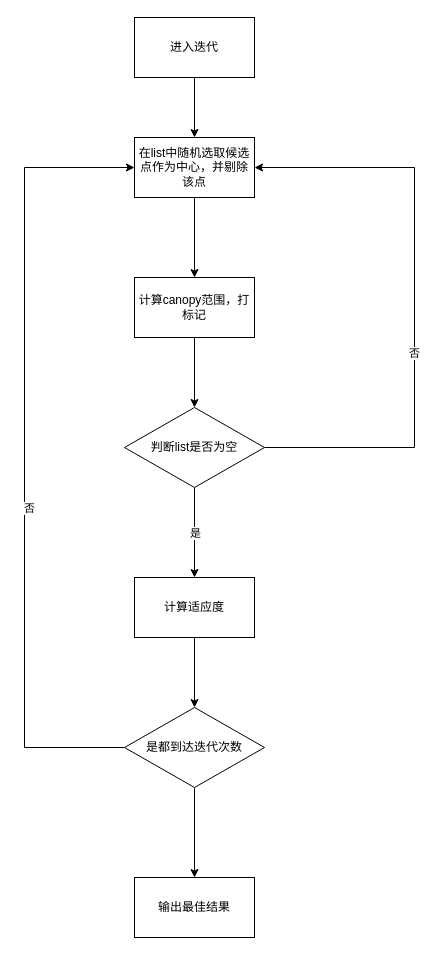
This is Canopy图例.drawio from AGUANX/draw, a draw.io file, before an edit. Source tidied: cells renumbered, new cells numbered last; positions are measured from the earlier drawing's top-left corner, leaving out a move shared by most shapes. Both pictures are drawn from the tidied source at 100%, with x=0, y=0 at pixel (24, 17).
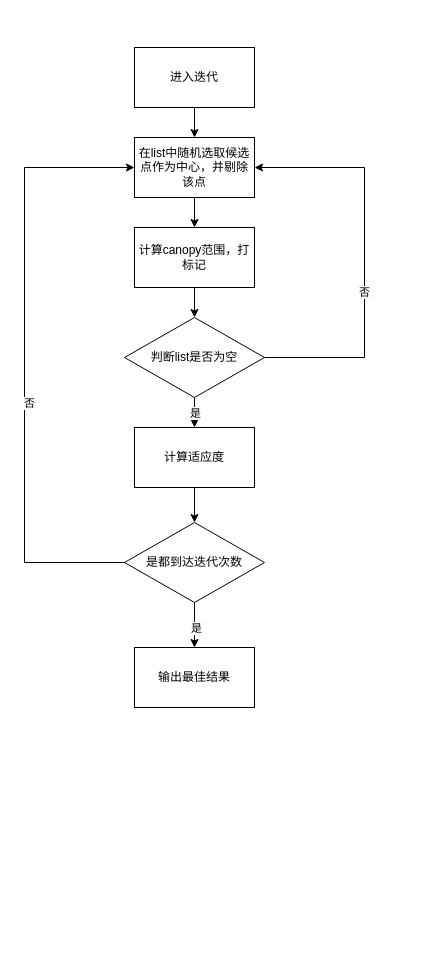
The same diagram, later.

The change refers to these unchanged cells:
```xml
<mxCell id="3" value="在list中随机选取候选点作为中心，并剔除该点" style="rounded=0;whiteSpace=wrap;html=1;" parent="1" vertex="1">
  <mxGeometry x="110" y="120" width="120" height="60" as="geometry" />
</mxCell>
<mxCell id="15" style="edgeStyle=orthogonalEdgeStyle;rounded=0;jettySize=auto;html=1;" parent="1" edge="1" source="16" target="17">
  <mxGeometry relative="1" as="geometry" />
</mxCell>
```

Change to the diagram source:
```diff
@@
     <mxCell id="5" value="计算canopy范围，打标记" style="whiteSpace=wrap;html=1;rounded=0;" parent="1" vertex="1">
-      <mxGeometry x="110" y="260" width="120" height="60" as="geometry" />
+      <mxGeometry x="110" y="210" width="120" height="60" as="geometry" />
     </mxCell>
     <mxCell id="6" style="edgeStyle=orthogonalEdgeStyle;rounded=0;jettySize=auto;html=1;" parent="1" edge="1" source="10" target="3">
       <mxGeometry relative="1" as="geometry">
         <Array as="points">
-          <mxPoint x="390" y="430" />
-          <mxPoint x="390" y="150" />
+          <mxPoint x="340" y="340" />
+          <mxPoint x="340" y="150" />
         </Array>
       </mxGeometry>
     </mxCell>
@@
     <mxCell id="10" value="判断list是否为空" style="rhombus;whiteSpace=wrap;html=1;rounded=0;" parent="1" vertex="1">
-      <mxGeometry x="100" y="390" width="140" height="80" as="geometry" />
+      <mxGeometry x="100" y="300" width="140" height="80" as="geometry" />
     </mxCell>
@@
     <mxCell id="12" value="&lt;div&gt;计算适应度&lt;/div&gt;" style="whiteSpace=wrap;html=1;rounded=0;" parent="1" vertex="1">
-      <mxGeometry x="110" y="560" width="120" height="60" as="geometry" />
+      <mxGeometry x="110" y="410" width="120" height="60" as="geometry" />
     </mxCell>
     <mxCell id="13" style="edgeStyle=orthogonalEdgeStyle;rounded=0;jettySize=auto;html=1;" parent="1" edge="1" source="16" target="3">
       <mxGeometry relative="1" as="geometry">
         <Array as="points">
-          <mxPoint y="730" />
+          <mxPoint y="545" />
           <mxPoint y="150" />
         </Array>
       </mxGeometry>
     </mxCell>
@@
+    <mxCell id="20" value="&lt;div&gt;是&lt;/div&gt;" style="edgeLabel;html=1;align=center;verticalAlign=middle;" parent="15" vertex="1">
+      <mxGeometry x="0.11" y="1" relative="1" as="geometry" />
+    </mxCell>
     <mxCell id="16" value="是都到达迭代次数" style="rhombus;whiteSpace=wrap;html=1;rounded=0;" parent="1" vertex="1">
-      <mxGeometry x="100" y="690" width="140" height="80" as="geometry" />
+      <mxGeometry x="100" y="505" width="140" height="80" as="geometry" />
     </mxCell>
     <mxCell id="17" value="输出最佳结果" style="whiteSpace=wrap;html=1;rounded=0;" parent="1" vertex="1">
-      <mxGeometry x="110" y="860" width="120" height="60" as="geometry" />
+      <mxGeometry x="110" y="630" width="120" height="60" as="geometry" />
     </mxCell>
@@
     <mxCell id="19" value="进入迭代" style="rounded=0;whiteSpace=wrap;html=1;" parent="1" vertex="1">
-      <mxGeometry x="110" width="120" height="60" as="geometry" />
+      <mxGeometry x="110" y="30" width="120" height="60" as="geometry" />
     </mxCell>
```
